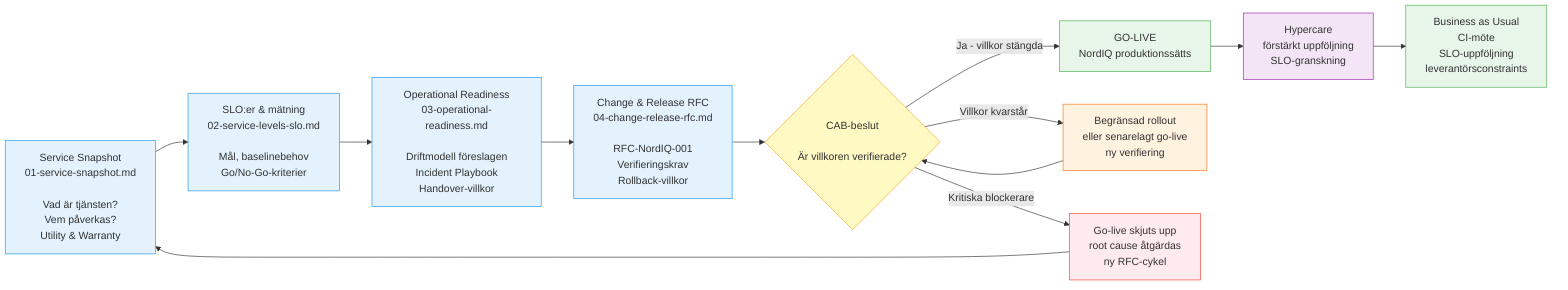
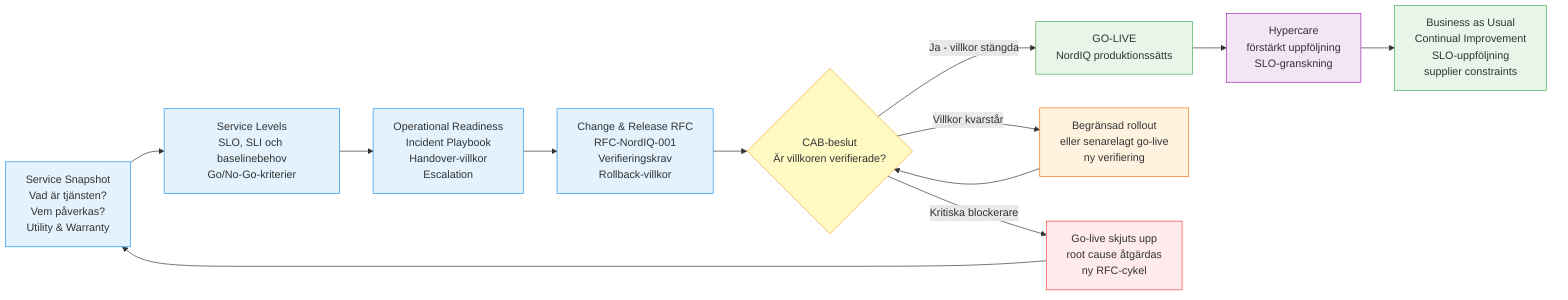
flowchart LR
-     A[Service Snapshot\n01-service-snapshot.md\n\nVad är tjänsten?\nVem påverkas?\nUtility & Warranty] --> B
+     A[Service Snapshot<br/>Vad är tjänsten?<br/>Vem påverkas?<br/>Utility & Warranty] --> B
+     B[Service Levels<br/>SLO, SLI och baselinebehov<br/>Go/No-Go-kriterier] --> C
+     C[Operational Readiness<br/>Incident Playbook<br/>Handover-villkor<br/>Escalation] --> D
+     D[Change & Release RFC<br/>RFC-NordIQ-001<br/>Verifieringskrav<br/>Rollback-villkor] --> E
+     E{CAB-beslut<br/>Är villkoren verifierade?}

-     B[SLO:er & mätning\n02-service-levels-slo.md\n\nMål, baselinebehov\nGo/No-Go-kriterier] --> C
- 
-     C[Operational Readiness\n03-operational-readiness.md\n\nDriftmodell föreslagen\nIncident Playbook\nHandover-villkor] --> D
- 
-     D[Change & Release RFC\n04-change-release-rfc.md\n\nRFC-NordIQ-001\nVerifieringskrav\nRollback-villkor] --> E
- 
-     E{CAB-beslut\n\nÄr villkoren verifierade?}
- 
-     E -->|Ja - villkor stängda| F[GO-LIVE\nNordIQ produktionssätts]
-     E -->|Villkor kvarstår| G[Begränsad rollout\neller senarelagt go-live\nny verifiering]
-     E -->|Kritiska blockerare| H[Go-live skjuts upp\nroot cause åtgärdas\nny RFC-cykel]
+     E -->|Ja - villkor stängda| F[GO-LIVE<br/>NordIQ produktionssätts]
+     E -->|Villkor kvarstår| G[Begränsad rollout<br/>eller senarelagt go-live<br/>ny verifiering]
+     E -->|Kritiska blockerare| H[Go-live skjuts upp<br/>root cause åtgärdas<br/>ny RFC-cykel]

    G --> E
    H --> A
- 
-     F --> I[Hypercare\nförstärkt uppföljning\nSLO-granskning]
-     I --> J[Business as Usual\nCI-möte\nSLO-uppföljning\nleverantörsconstraints]
+     F --> I[Hypercare<br/>förstärkt uppföljning<br/>SLO-granskning]
+     I --> J[Business as Usual<br/>Continual Improvement<br/>SLO-uppföljning<br/>supplier constraints]

    style A fill:#e3f2fd,stroke:#2196F3
    style B fill:#e3f2fd,stroke:#2196F3
    style C fill:#e3f2fd,stroke:#2196F3
    style D fill:#e3f2fd,stroke:#2196F3
    style E fill:#fff9c4,stroke:#F9A825
    style F fill:#e8f5e9,stroke:#4CAF50
    style G fill:#fff3e0,stroke:#F97316
    style H fill:#ffebee,stroke:#F44336
    style I fill:#f3e5f5,stroke:#9C27B0
    style J fill:#e8f5e9,stroke:#4CAF50
